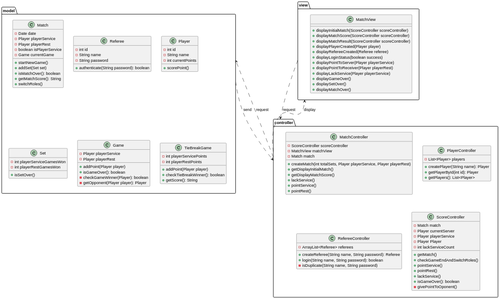
This is docs/diagrams/MVC.svg from rafaelacirino/IWVG, a PlantUML export, as it was before one commit.
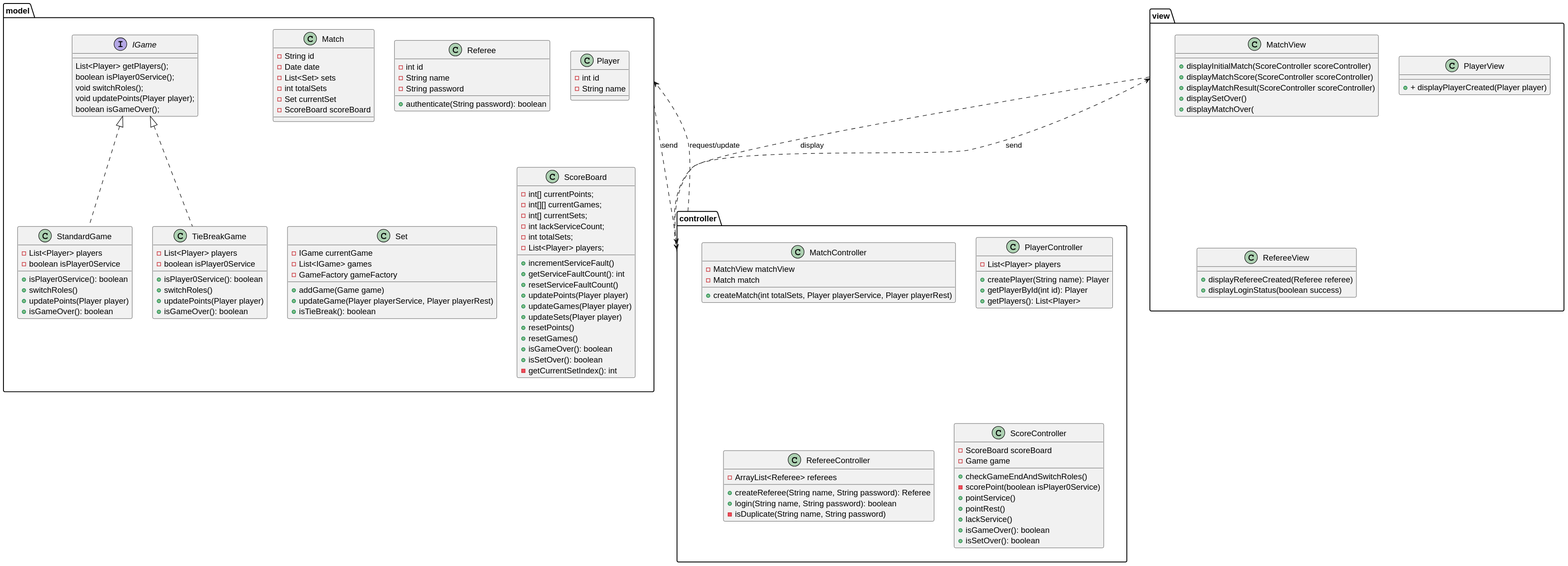
Above is the later version.

What changed in the source:
```diff
@@ -2,17 +2,13 @@
 package "model" {
 
     class Match {
+    - String id
     - Date date
-    - Player playerService
-    - Player playerRest
-    - boolean isPlayerService
-    - Game currentGame
+    - List<Set> sets
+    - int totalSets
+    - Set currentSet
+    - ScoreBoard scoreBoard
 
-    + startNewGame()
-    + addSet(Set set)
-    + isMatchOver(): boolean
-    + getMatchScore(): String
-    + switchRoles()
     }
 
     class Referee {
@@ -26,68 +22,94 @@
     class Player {
     - int id
     - String name
-    - int currentPoints
 
-    + scorePoint()
     }
 
     class Set {
-    - int playerServiceGamesWon
-    - int playerRestGamesWon
+    - IGame currentGame
+    - List<IGame> games
+    - GameFactory gameFactory
 
-    + isSetOver()
+    + addGame(Game game)
+    + updateGame(Player playerService, Player playerRest)
+    + isTieBreak(): boolean
     }
 
-    class Game {
-    - Player playerService
-    - Player playerRest
-
-    + addPoint(Player player)
-    + isGameOver(): boolean
-    - checkGameWinner(Player): boolean
-    - getOpponent(Player player): Player
+    interface IGame {
+    List<Player> getPlayers();
+    boolean isPlayer0Service();
+    void switchRoles();
+    void updatePoints(Player player);
+    boolean isGameOver();
     }
 
-    class TieBreakGame {
-    - int playerServicePoints
-    - int playerRestPoints
+    class StandardGame implements IGame{
+    - List<Player> players
+    - boolean isPlayer0Service
 
-    + addPoint(Player player)
-    + checkTieBreakWinner(): boolean
-    + getScore(): String
+    + isPlayer0Service(): boolean
+    + switchRoles()
+    + updatePoints(Player player)
+    + isGameOver(): boolean
+    }
+
+    class TieBreakGame implements IGame{
+    - List<Player> players
+    - boolean isPlayer0Service
+
+    + isPlayer0Service(): boolean
+    + switchRoles()
+    + updatePoints(Player player)
+    + isGameOver(): boolean
+    }
+
+    class ScoreBoard {
+    - int[] currentPoints;
+    - int[][] currentGames;
+    - int[] currentSets;
+    - int lackServiceCount;
+    - int totalSets;
+    - List<Player> players;
+
+    + incrementServiceFault()
+    + getServiceFaultCount(): int
+    + resetServiceFaultCount()
+    + updatePoints(Player player)
+    + updateGames(Player player)
+    + updateSets(Player player)
+    + resetPoints()
+    + resetGames()
+    + isGameOver(): boolean
+    + isSetOver(): boolean
+    - getCurrentSetIndex(): int
     }
 }
 
 package "view" {
     class MatchView {
-
     + displayInitialMatch(ScoreController scoreController)
     + displayMatchScore(ScoreController scoreController)
     + displayMatchResult(ScoreController scoreController)
-    + displayPlayerCreated(Player player)
+    + displaySetOver()
+    + displayMatchOver(
+    }
+
+    class PlayerView {
+    + + displayPlayerCreated(Player player)
+    }
+
+    class RefereeView {
     + displayRefereeCreated(Referee referee)
     + displayLoginStatus(boolean success)
-    + displayPointToServer(Player playerService)
-    + displayPointToReceiver(Player playerRest)
-    + displayLackService(Player playerService)
-    + displayGameOver()
-    + displaySetOver()
-    + displayMatchOver()
     }
 }
 
 package "controller" {
     class MatchController {
-    - ScoreController scoreController
     - MatchView matchView
     - Match match
 
     + createMatch(int totalSets, Player playerService, Player playerRest)
-    + getDisplayInitialMatch()
-    + getDisplayMatchScore()
-    + lackService()
-    + pointService()
-    + pointRest()
     }
 
     class PlayerController {
@@ -107,25 +129,22 @@
     }
 
     class ScoreController {
-    - Match match
-    - Player currentServer
-    - Player playerService
-    - Player Player
-    - int lackServiceCount
+    - ScoreBoard scoreBoard
+    - Game game
 
-    + getMatch()
     + checkGameEndAndSwitchRoles()
+    - scorePoint(boolean isPlayer0Service)
     + pointService()
     + pointRest()
     + lackService()
     + isGameOver(): boolean
-    - givePointToOponent()
+    + isSetOver(): boolean
 
     }
 }
 
-"controller" ..> "model" : request
-"controller" ..> "view" : display
-"view" ..> "controller" : request
+"controller" ..> "model" : request/update
+"controller" ..> "view" : send
+"view" ..> "controller" : display
 "model" ..> "controller" : send
 @enduml
```
